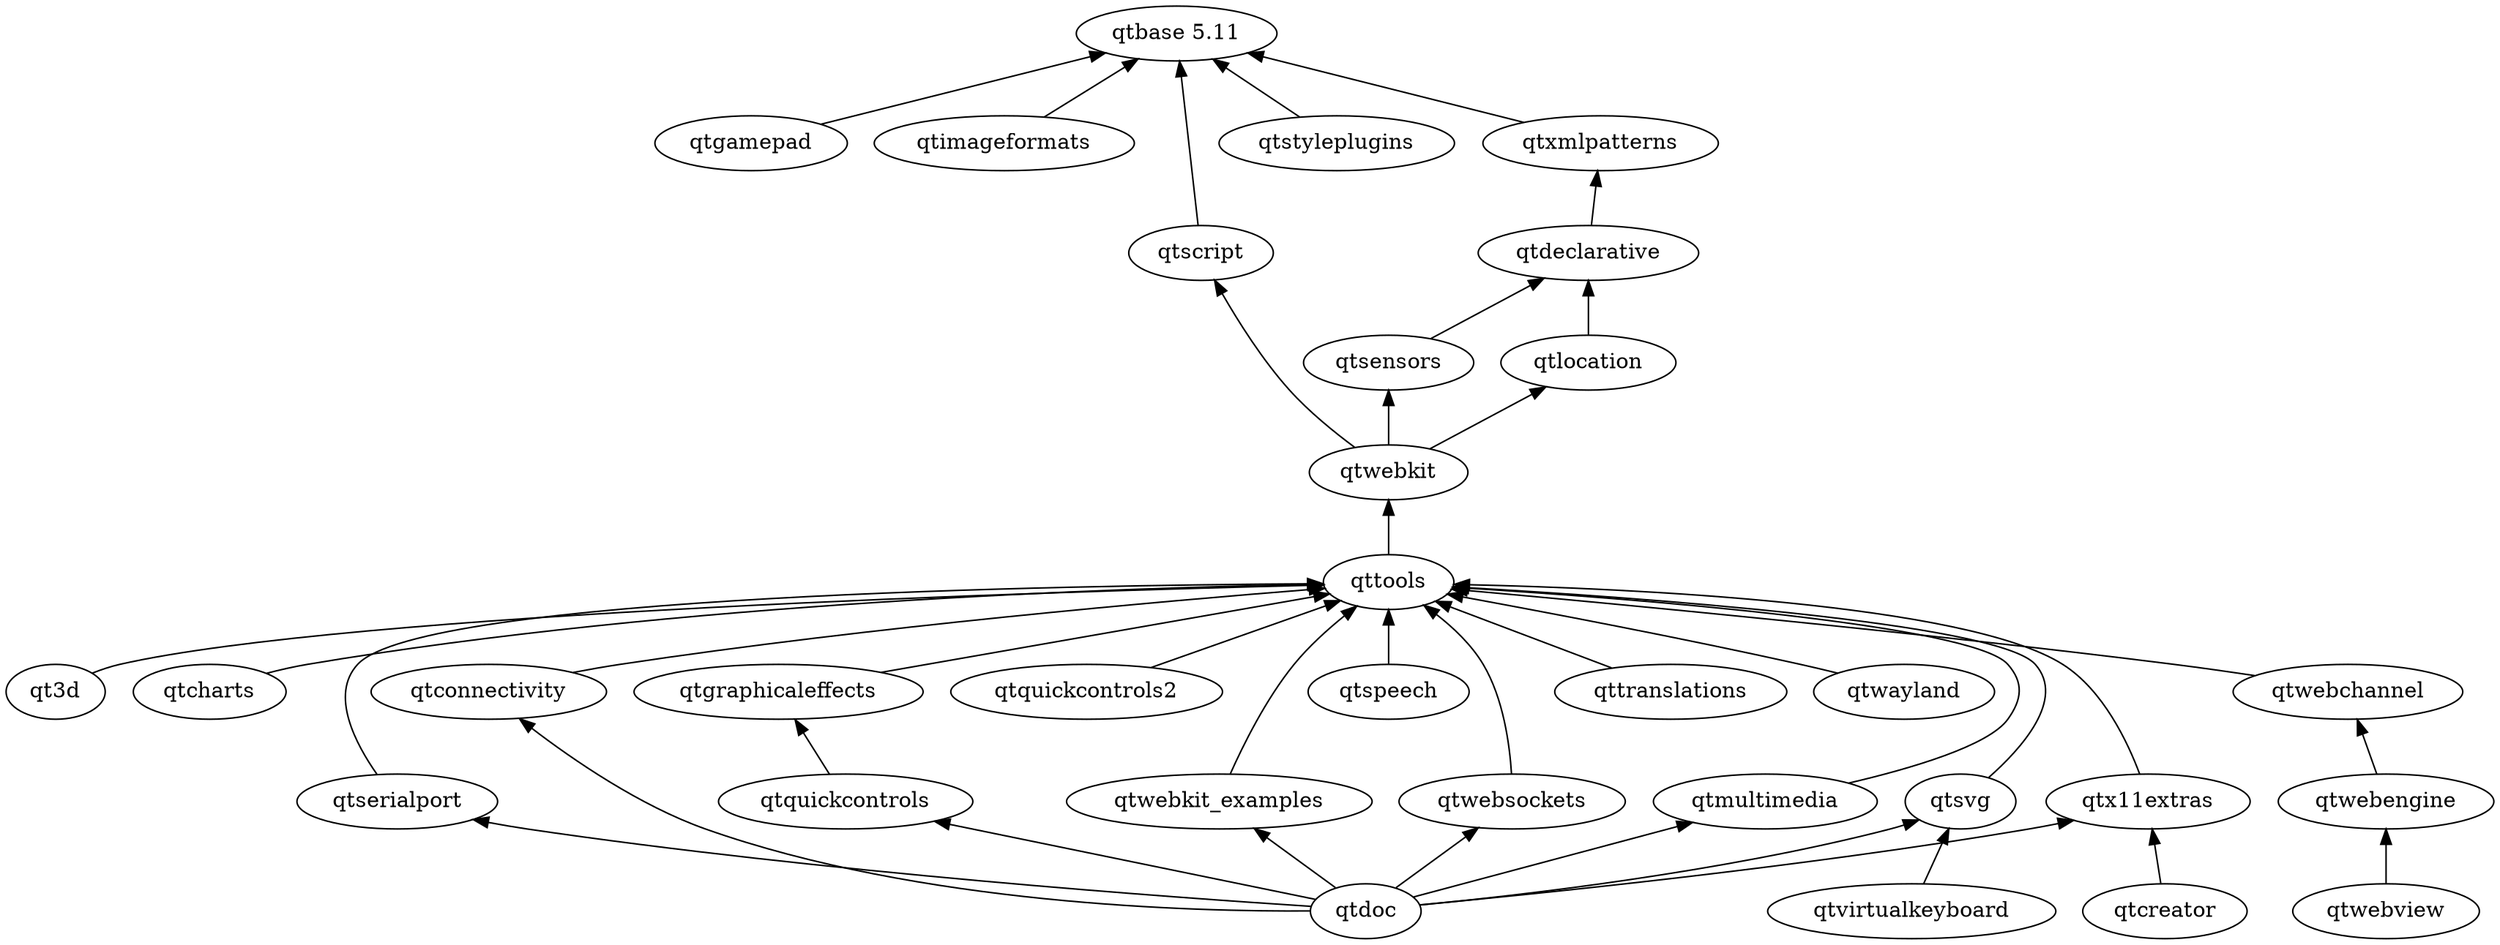
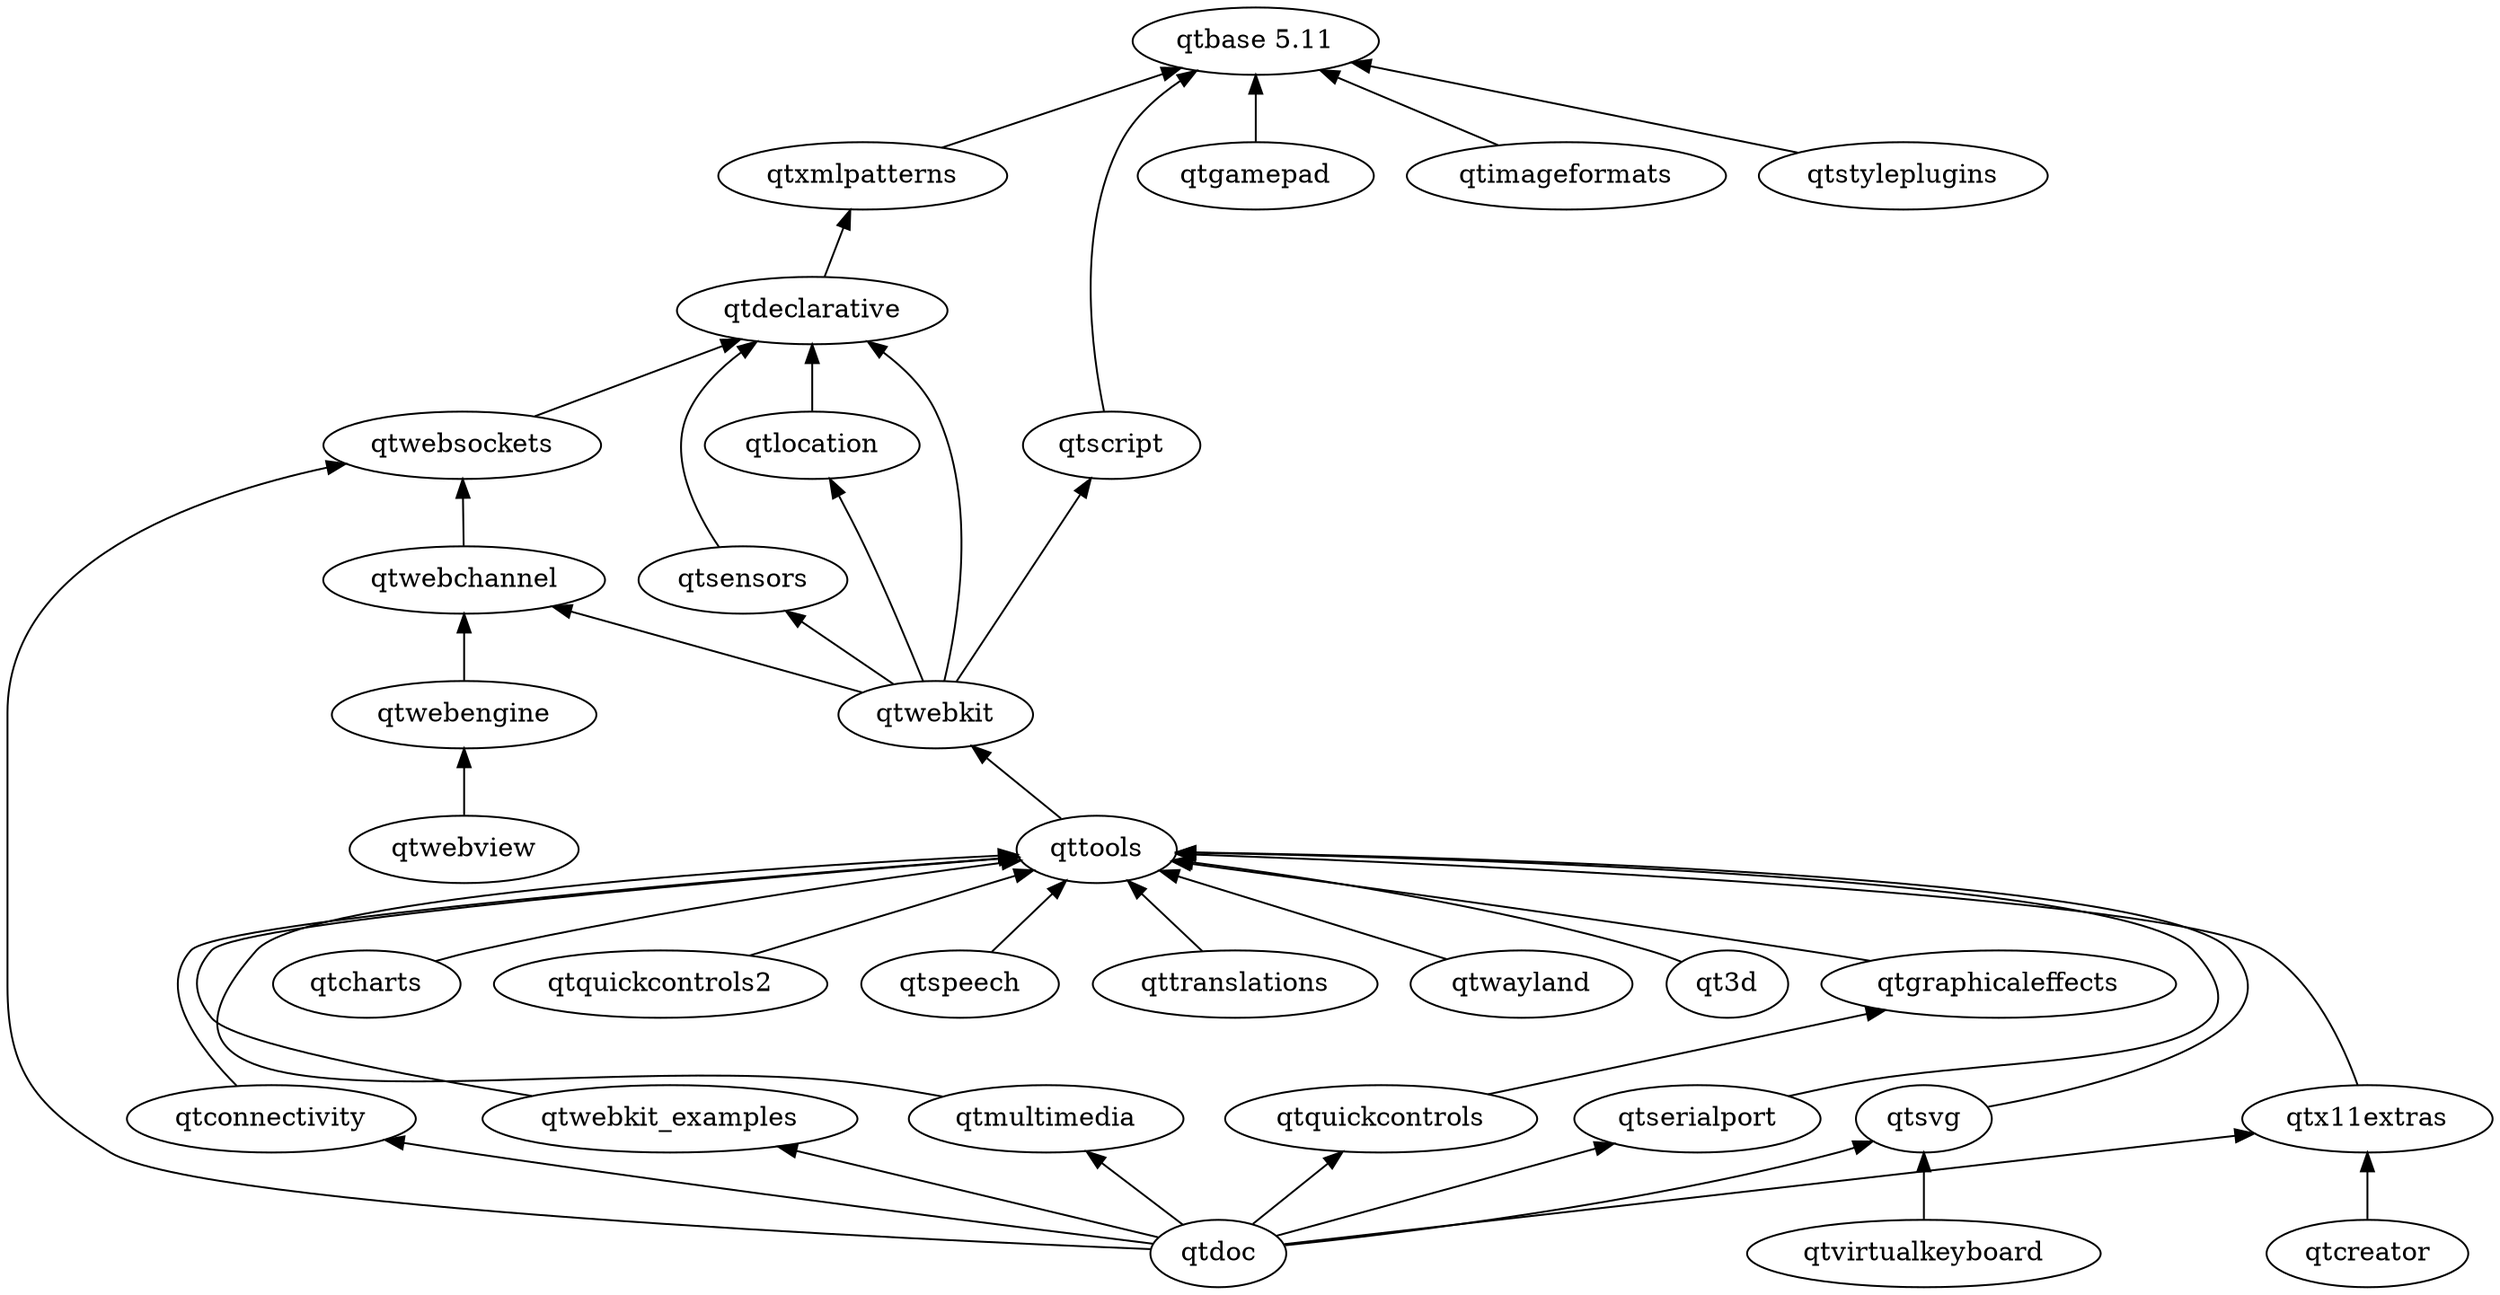
digraph qt5 {
  graph [
    rankdir = "BT"
  ]

  qt3d
  "qtbase 5.11"
  qtcharts
  qtconnectivity
  qtcreator
  qtdeclarative
  qtdoc
  qtgamepad
  qtgraphicaleffects
  qtimageformats
  qtlocation
  qtmultimedia
  qtquickcontrols
  qtquickcontrols2
  qtscript
  qtsensors
  qtserialport
  qtspeech
  qtstyleplugins
  qtsvg
  qttools
  qttranslations
  qtvirtualkeyboard
  qtwayland
  qtwebchannel
  qtwebengine
  qtwebkit
  qtwebkit_examples
  qtwebsockets
  qtx11extras
  qtxmlpatterns

  qt3d -> qttools
  qtcharts -> qttools
  qtconnectivity -> qttools
  qtcreator -> qtx11extras
  qtdeclarative -> qtxmlpatterns
  qtdoc -> qtconnectivity
  qtdoc -> qtmultimedia
  qtdoc -> qtquickcontrols
  qtdoc -> qtserialport
  qtdoc -> qtsvg
  qtdoc -> qtwebkit_examples
  qtdoc -> qtwebsockets
  qtdoc -> qtx11extras
  qtgamepad -> "qtbase 5.11"
  qtgraphicaleffects -> qttools
  qtimageformats -> "qtbase 5.11"
  qtlocation -> qtdeclarative
  qtmultimedia -> qttools
  qtquickcontrols -> qtgraphicaleffects
  qtquickcontrols2 -> qttools
  qtscript -> "qtbase 5.11"
  qtsensors ->qtdeclarative
  qtserialport -> qttools
  qtspeech -> qttools
  qtstyleplugins -> "qtbase 5.11"
  qtsvg -> qttools
  qttools -> qtwebkit
  qttranslations -> qttools
  qtvirtualkeyboard -> qtsvg
  qtwayland -> qttools
-   qtwebchannel -> qttools
+   qtwebchannel -> qtwebsockets
  qtwebengine -> qtwebchannel
  qtwebview -> qtwebengine
+   qtwebkit -> qtdeclarative
  qtwebkit -> qtlocation
  qtwebkit -> qtscript
  qtwebkit -> qtsensors
+   qtwebkit -> qtwebchannel
  qtwebkit_examples -> qttools
-   qtwebsockets -> qttools
+   qtwebsockets -> qtdeclarative
  qtx11extras -> qttools
  qtxmlpatterns -> "qtbase 5.11"
}
